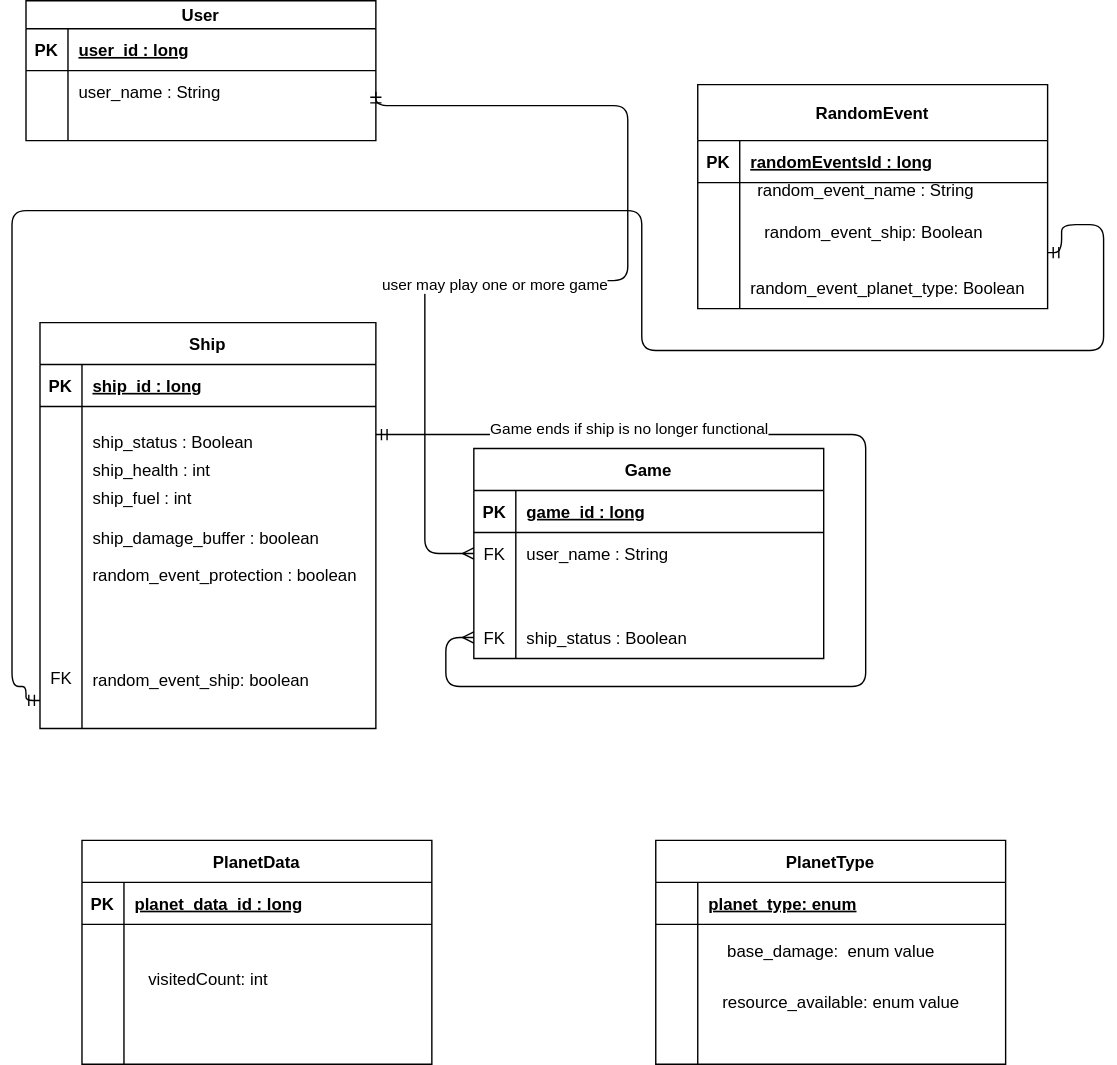
Before: docs/img/erd.svg, a diagram exported from draw.io (tnordquist/intergalactic-unknown). Source tidied: cells renumbered, new cells last; positions are measured from the earlier drawing's top-left corner, leaving out a move shared by most shapes.
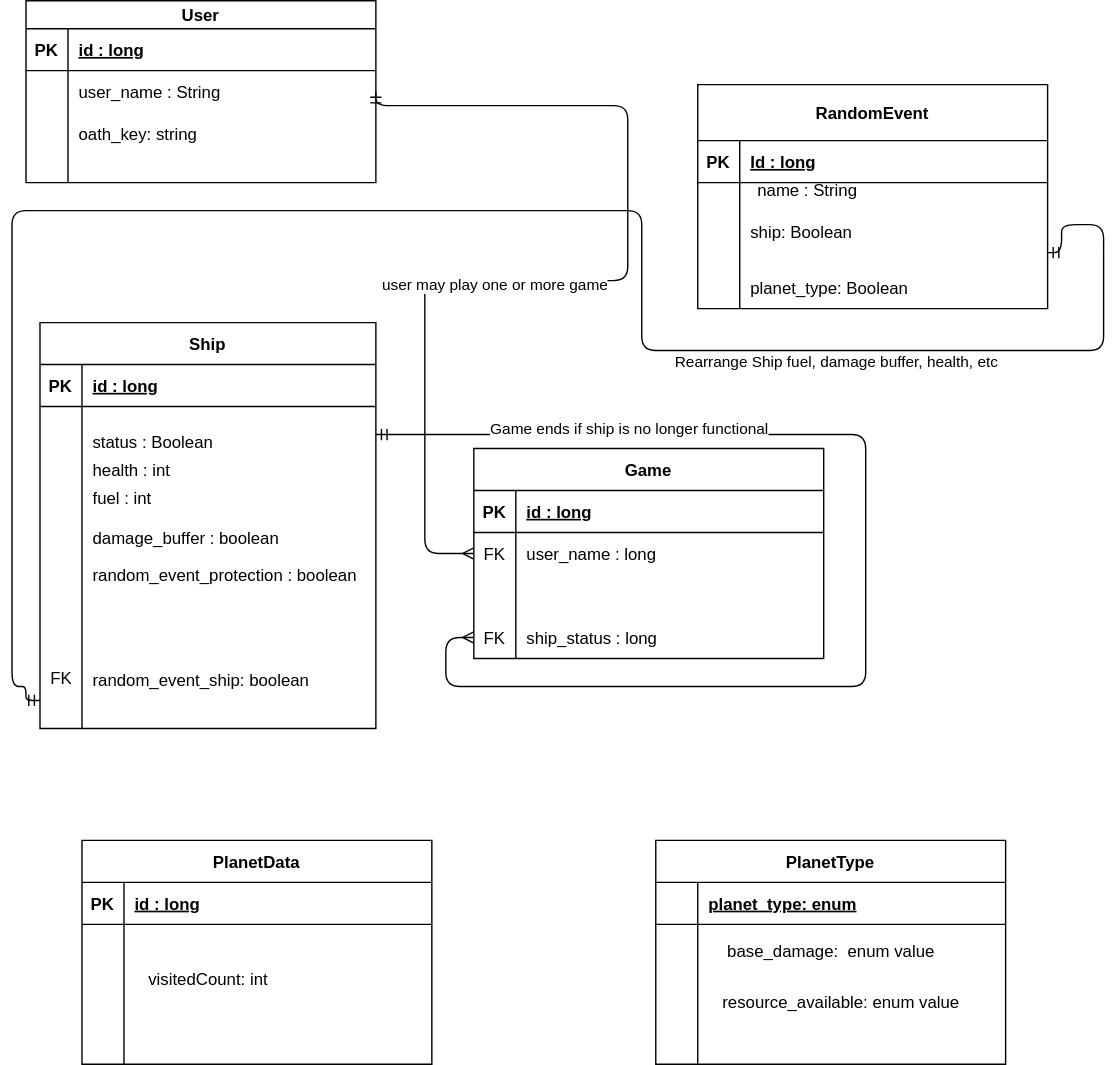
After the commit.

Commit message:
removed unecessary files / updated erd.

What changed in the source:
```diff
@@ -26,7 +26,7 @@
     <mxCell id="6" value="PK" style="shape=partialRectangle;overflow=hidden;fillColor=none;top=0;left=0;bottom=0;right=0;fontStyle=1;" parent="5" vertex="1">
       <mxGeometry width="30" height="30" as="geometry" />
     </mxCell>
-    <mxCell id="7" value="game_id : long" style="shape=partialRectangle;overflow=hidden;fillColor=none;top=0;left=0;bottom=0;right=0;align=left;spacingLeft=6;fontStyle=5;" parent="5" vertex="1">
+    <mxCell id="7" value="id : long" style="shape=partialRectangle;overflow=hidden;fillColor=none;top=0;left=0;bottom=0;right=0;align=left;spacingLeft=6;fontStyle=5;" parent="5" vertex="1">
       <mxGeometry x="30" width="220" height="30" as="geometry" />
     </mxCell>
     <mxCell id="8" style="shape=partialRectangle;fillColor=none;points=[[0,0.5],[1,0.5]];portConstraint=eastwest;top=0;left=0;right=0;bottom=0;" parent="4" vertex="1">
@@ -35,7 +35,7 @@
     <mxCell id="9" value="FK" style="shape=partialRectangle;overflow=hidden;fillColor=none;top=0;left=0;bottom=0;right=0;" parent="8" vertex="1">
       <mxGeometry width="30" height="30" as="geometry" />
     </mxCell>
-    <mxCell id="10" value="user_name : String" style="shape=partialRectangle;overflow=hidden;fillColor=none;top=0;left=0;bottom=0;right=0;align=left;spacingLeft=6;" parent="8" vertex="1">
+    <mxCell id="10" value="user_name : long" style="shape=partialRectangle;overflow=hidden;fillColor=none;top=0;left=0;bottom=0;right=0;align=left;spacingLeft=6;" parent="8" vertex="1">
       <mxGeometry x="30" width="220" height="30" as="geometry" />
     </mxCell>
     <mxCell id="11" style="shape=partialRectangle;fillColor=none;top=0;left=0;right=0;bottom=0;" parent="4" vertex="1">
@@ -69,7 +69,7 @@
       <mxGeometry x="30" width="220" height="30" as="geometry" />
     </mxCell>
     <mxCell id="21" value="User" style="shape=table;startSize=20;rowLines=0;fontStyle=1;align=center;" parent="1" vertex="1">
-      <mxGeometry x="10" width="250" height="100" as="geometry" />
+      <mxGeometry x="10" width="250" height="130" as="geometry" />
     </mxCell>
     <mxCell id="22" style="shape=partialRectangle;fillColor=none;top=0;left=0;right=0;bottom=1;" parent="21" vertex="1">
       <mxGeometry y="20" width="250" height="30" as="geometry" />
@@ -77,7 +77,7 @@
     <mxCell id="23" value="PK" style="shape=partialRectangle;overflow=hidden;fillColor=none;top=0;left=0;bottom=0;right=0;fontStyle=1;" parent="22" vertex="1">
       <mxGeometry width="30" height="30" as="geometry" />
     </mxCell>
-    <mxCell id="24" value="user_id : long" style="shape=partialRectangle;overflow=hidden;fillColor=none;top=0;left=0;bottom=0;right=0;align=left;spacingLeft=6;fontStyle=5;" parent="22" vertex="1">
+    <mxCell id="24" value="id : long" style="shape=partialRectangle;overflow=hidden;fillColor=none;top=0;left=0;bottom=0;right=0;align=left;spacingLeft=6;fontStyle=5;" parent="22" vertex="1">
       <mxGeometry x="30" width="220" height="30" as="geometry" />
     </mxCell>
     <mxCell id="25" style="shape=partialRectangle;fillColor=none;points=[[0,0.5],[1,0.5]];portConstraint=eastwest;top=0;left=0;right=0;bottom=0;" parent="21" vertex="1">
@@ -89,116 +89,128 @@
     <mxCell id="27" value="user_name : String" style="shape=partialRectangle;overflow=hidden;fillColor=none;top=0;left=0;bottom=0;right=0;align=left;spacingLeft=6;" parent="25" vertex="1">
       <mxGeometry x="30" width="220" height="30" as="geometry" />
     </mxCell>
-    <mxCell id="28" value="RandomEvent" style="shape=table;startSize=40;rowLines=0;fontStyle=1;align=center;" parent="1" vertex="1">
-      <mxGeometry x="490" y="60" width="250" height="160" as="geometry" />
+    <mxCell id="28" style="shape=partialRectangle;fillColor=none;points=[[0,0.5],[1,0.5]];portConstraint=eastwest;top=0;left=0;right=0;bottom=0;" parent="21" vertex="1">
+      <mxGeometry y="80" width="250" height="30" as="geometry" />
     </mxCell>
-    <mxCell id="29" style="shape=partialRectangle;fillColor=none;top=0;left=0;right=0;bottom=1;" parent="28" vertex="1">
-      <mxGeometry y="40" width="250" height="30" as="geometry" />
+    <mxCell id="29" style="shape=partialRectangle;overflow=hidden;fillColor=none;top=0;left=0;bottom=0;right=0;" parent="28" vertex="1">
+      <mxGeometry width="30" height="30" as="geometry" />
     </mxCell>
-    <mxCell id="30" value="PK" style="shape=partialRectangle;overflow=hidden;fillColor=none;top=0;left=0;bottom=0;right=0;fontStyle=1;" parent="29" vertex="1">
-      <mxGeometry width="30" height="30" as="geometry" />
+    <mxCell id="30" value="oath_key: string" style="shape=partialRectangle;overflow=hidden;fillColor=none;top=0;left=0;bottom=0;right=0;align=left;spacingLeft=6;" parent="28" vertex="1">
+      <mxGeometry x="30" width="220" height="30" as="geometry" />
     </mxCell>
-    <mxCell id="31" value="randomEventsId : long" style="shape=partialRectangle;overflow=hidden;fillColor=none;top=0;left=0;bottom=0;right=0;align=left;spacingLeft=6;fontStyle=5;" parent="29" vertex="1">
-      <mxGeometry x="30" width="220" height="30" as="geometry" />
+    <mxCell id="31" value="RandomEvent" style="shape=table;startSize=40;rowLines=0;fontStyle=1;align=center;" parent="1" vertex="1">
+      <mxGeometry x="490" y="60" width="250" height="160" as="geometry" />
     </mxCell>
-    <mxCell id="32" value="base_damage:&amp;nbsp; enum value" style="text;html=1;align=center;verticalAlign=middle;strokeColor=none;fontColor=#000000;" parent="1" vertex="1">
-      <mxGeometry x="505" y="670" width="160" height="20" as="geometry" />
+    <mxCell id="32" style="shape=partialRectangle;fillColor=none;top=0;left=0;right=0;bottom=1;" parent="31" vertex="1">
+      <mxGeometry y="40" width="250" height="30" as="geometry" />
     </mxCell>
-    <mxCell id="33" value="random_event_name : String" style="shape=partialRectangle;overflow=hidden;fillColor=none;top=0;left=0;bottom=0;right=0;align=left;spacingLeft=6;" parent="1" vertex="1">
-      <mxGeometry x="525" y="120" width="220" height="30" as="geometry" />
+    <mxCell id="33" value="PK" style="shape=partialRectangle;overflow=hidden;fillColor=none;top=0;left=0;bottom=0;right=0;fontStyle=1;" parent="32" vertex="1">
+      <mxGeometry width="30" height="30" as="geometry" />
     </mxCell>
-    <mxCell id="34" value="random_event_ship: Boolean" style="shape=partialRectangle;overflow=hidden;fillColor=none;top=0;left=0;bottom=0;right=0;align=left;spacingLeft=6;" parent="1" vertex="1">
-      <mxGeometry x="530" y="150" width="220" height="30" as="geometry" />
+    <mxCell id="34" value="Id : long" style="shape=partialRectangle;overflow=hidden;fillColor=none;top=0;left=0;bottom=0;right=0;align=left;spacingLeft=6;fontStyle=5;" parent="32" vertex="1">
+      <mxGeometry x="30" width="220" height="30" as="geometry" />
     </mxCell>
-    <mxCell id="35" value="Ship" style="shape=table;startSize=30;rowLines=0;fontStyle=1;align=center;" parent="1" vertex="1">
-      <mxGeometry x="20" y="230" width="240" height="290" as="geometry" />
+    <mxCell id="35" value="base_damage:&amp;nbsp; enum value" style="text;html=1;align=center;verticalAlign=middle;strokeColor=none;fontColor=#000000;" parent="1" vertex="1">
+      <mxGeometry x="505" y="670" width="160" height="20" as="geometry" />
     </mxCell>
-    <mxCell id="36" style="shape=partialRectangle;fillColor=none;top=0;left=0;right=0;bottom=1;" parent="35" vertex="1">
-      <mxGeometry y="30" width="240" height="30" as="geometry" />
+    <mxCell id="36" value="name : String" style="shape=partialRectangle;overflow=hidden;fillColor=none;top=0;left=0;bottom=0;right=0;align=left;spacingLeft=6;" parent="1" vertex="1">
+      <mxGeometry x="525" y="120" width="220" height="30" as="geometry" />
     </mxCell>
-    <mxCell id="37" value="PK" style="shape=partialRectangle;overflow=hidden;fillColor=none;top=0;left=0;bottom=0;right=0;fontStyle=1;" parent="36" vertex="1">
-      <mxGeometry width="30" height="30" as="geometry" />
+    <mxCell id="37" value="ship: Boolean" style="shape=partialRectangle;overflow=hidden;fillColor=none;top=0;left=0;bottom=0;right=0;align=left;spacingLeft=6;" parent="1" vertex="1">
+      <mxGeometry x="520" y="150" width="220" height="30" as="geometry" />
     </mxCell>
-    <mxCell id="38" value="ship_id : long" style="shape=partialRectangle;overflow=hidden;fillColor=none;top=0;left=0;bottom=0;right=0;align=left;spacingLeft=6;fontStyle=5;" parent="36" vertex="1">
-      <mxGeometry x="30" width="210" height="30" as="geometry" />
+    <mxCell id="38" value="Ship" style="shape=table;startSize=30;rowLines=0;fontStyle=1;align=center;" parent="1" vertex="1">
+      <mxGeometry x="20" y="230" width="240" height="290" as="geometry" />
     </mxCell>
-    <mxCell id="39" value="ship_status : Boolean" style="shape=partialRectangle;overflow=hidden;fillColor=none;top=0;left=0;bottom=0;right=0;align=left;spacingLeft=6;" parent="1" vertex="1">
-      <mxGeometry x="50" y="300" width="220" height="30" as="geometry" />
+    <mxCell id="39" style="shape=partialRectangle;fillColor=none;top=0;left=0;right=0;bottom=1;" parent="38" vertex="1">
+      <mxGeometry y="30" width="240" height="30" as="geometry" />
     </mxCell>
-    <mxCell id="40" value="ship_health : int" style="shape=partialRectangle;overflow=hidden;fillColor=none;top=0;left=0;bottom=0;right=0;align=left;spacingLeft=6;" parent="1" vertex="1">
-      <mxGeometry x="50" y="320" width="220" height="30" as="geometry" />
+    <mxCell id="40" value="PK" style="shape=partialRectangle;overflow=hidden;fillColor=none;top=0;left=0;bottom=0;right=0;fontStyle=1;" parent="39" vertex="1">
+      <mxGeometry width="30" height="30" as="geometry" />
     </mxCell>
-    <mxCell id="41" value="ship_damage_buffer : boolean" style="shape=partialRectangle;overflow=hidden;fillColor=none;top=0;left=0;bottom=0;right=0;align=left;spacingLeft=6;" parent="1" vertex="1">
-      <mxGeometry x="50" y="369" width="220" height="30" as="geometry" />
+    <mxCell id="41" value="id : long" style="shape=partialRectangle;overflow=hidden;fillColor=none;top=0;left=0;bottom=0;right=0;align=left;spacingLeft=6;fontStyle=5;" parent="39" vertex="1">
+      <mxGeometry x="30" width="210" height="30" as="geometry" />
     </mxCell>
-    <mxCell id="42" value="random_event_protection : boolean" style="shape=partialRectangle;overflow=hidden;fillColor=none;top=0;left=0;bottom=0;right=0;align=left;spacingLeft=6;" parent="1" vertex="1">
-      <mxGeometry x="50" y="395" width="220" height="30" as="geometry" />
+    <mxCell id="42" value="status : Boolean" style="shape=partialRectangle;overflow=hidden;fillColor=none;top=0;left=0;bottom=0;right=0;align=left;spacingLeft=6;" parent="1" vertex="1">
+      <mxGeometry x="50" y="300" width="220" height="30" as="geometry" />
     </mxCell>
-    <mxCell id="43" value="ship_fuel : int" style="shape=partialRectangle;overflow=hidden;fillColor=none;top=0;left=0;bottom=0;right=0;align=left;spacingLeft=6;" parent="1" vertex="1">
-      <mxGeometry x="50" y="340" width="220" height="30" as="geometry" />
+    <mxCell id="43" value="health : int" style="shape=partialRectangle;overflow=hidden;fillColor=none;top=0;left=0;bottom=0;right=0;align=left;spacingLeft=6;" parent="1" vertex="1">
+      <mxGeometry x="50" y="320" width="220" height="30" as="geometry" />
     </mxCell>
-    <mxCell id="44" value="ship_status : Boolean" style="shape=partialRectangle;overflow=hidden;fillColor=none;top=0;left=0;bottom=0;right=0;align=left;spacingLeft=6;" parent="1" vertex="1">
-      <mxGeometry x="360" y="440" width="220" height="30" as="geometry" />
+    <mxCell id="44" value="damage_buffer : boolean" style="shape=partialRectangle;overflow=hidden;fillColor=none;top=0;left=0;bottom=0;right=0;align=left;spacingLeft=6;" parent="1" vertex="1">
+      <mxGeometry x="50" y="369" width="220" height="30" as="geometry" />
     </mxCell>
-    <mxCell id="45" style="edgeStyle=orthogonalEdgeStyle;fontSize=12;html=1;endArrow=ERmany;startArrow=ERmandOne;fontColor=#000000;entryX=0;entryY=0.5;entryDx=0;entryDy=0;endFill=0;" parent="1" edge="1" target="14">
-      <mxGeometry relative="1" as="geometry">
-        <mxPoint x="260" y="310" as="sourcePoint" />
-        <Array as="points">
-          <mxPoint x="610" y="310" />
-          <mxPoint x="610" y="490" />
-          <mxPoint x="310" y="490" />
-          <mxPoint x="310" y="455" />
-        </Array>
-      </mxGeometry>
+    <mxCell id="45" value="random_event_protection : boolean" style="shape=partialRectangle;overflow=hidden;fillColor=none;top=0;left=0;bottom=0;right=0;align=left;spacingLeft=6;" parent="1" vertex="1">
+      <mxGeometry x="50" y="395" width="220" height="30" as="geometry" />
     </mxCell>
-    <mxCell id="46" value="Game ends if ship is no longer functional" style="edgeLabel;html=1;align=center;verticalAlign=middle;fontColor=#000000;rotation=0;" parent="45" vertex="1">
-      <mxGeometry x="0.14" y="-1" relative="1" as="geometry">
-        <mxPoint x="-169" y="-160" as="offset" />
-      </mxGeometry>
+    <mxCell id="46" value="fuel : int" style="shape=partialRectangle;overflow=hidden;fillColor=none;top=0;left=0;bottom=0;right=0;align=left;spacingLeft=6;" parent="1" vertex="1">
+      <mxGeometry x="50" y="340" width="220" height="30" as="geometry" />
     </mxCell>
-    <mxCell id="47" value="random_event_ship: boolean" style="shape=partialRectangle;overflow=hidden;fillColor=none;top=0;left=0;bottom=0;right=0;align=left;spacingLeft=6;" parent="1" vertex="1">
-      <mxGeometry x="50" y="470" width="220" height="30" as="geometry" />
+    <mxCell id="47" value="ship_status : long" style="shape=partialRectangle;overflow=hidden;fillColor=none;top=0;left=0;bottom=0;right=0;align=left;spacingLeft=6;" parent="1" vertex="1">
+      <mxGeometry x="360" y="440" width="220" height="30" as="geometry" />
     </mxCell>
-    <mxCell id="48" value="FK" style="text;html=1;align=center;verticalAlign=middle;strokeColor=none;" parent="1" vertex="1">
-      <mxGeometry x="20" y="475" width="30" height="20" as="geometry" />
+    <mxCell id="48" style="edgeStyle=orthogonalEdgeStyle;fontSize=12;html=1;endArrow=ERmany;startArrow=ERmandOne;fontColor=#000000;entryX=0;entryY=0.5;entryDx=0;entryDy=0;endFill=0;" parent="1" edge="1" target="14">
+      <mxGeometry relative="1" as="geometry">
+        <mxPoint x="260" y="310" as="sourcePoint" />
+        <Array as="points">
+          <mxPoint x="610" y="310" />
+          <mxPoint x="610" y="490" />
+          <mxPoint x="310" y="490" />
+          <mxPoint x="310" y="455" />
+        </Array>
+      </mxGeometry>
     </mxCell>
-    <mxCell id="49" value="resource_available: enum value" style="shape=partialRectangle;overflow=hidden;fillColor=none;top=0;left=0;bottom=0;right=0;align=left;spacingLeft=6;" parent="1" vertex="1">
-      <mxGeometry x="500" y="700" width="220" height="30" as="geometry" />
+    <mxCell id="49" value="Game ends if ship is no longer functional" style="edgeLabel;html=1;align=center;verticalAlign=middle;fontColor=#000000;rotation=0;" parent="48" vertex="1">
+      <mxGeometry x="0.14" y="-1" relative="1" as="geometry">
+        <mxPoint x="-169" y="-160" as="offset" />
+      </mxGeometry>
     </mxCell>
-    <mxCell id="50" value="random_event_planet_type: Boolean" style="shape=partialRectangle;overflow=hidden;fillColor=none;top=0;left=0;bottom=0;right=0;align=left;spacingLeft=6;" parent="1" vertex="1">
-      <mxGeometry x="520" y="190" width="220" height="30" as="geometry" />
+    <mxCell id="50" value="random_event_ship: boolean" style="shape=partialRectangle;overflow=hidden;fillColor=none;top=0;left=0;bottom=0;right=0;align=left;spacingLeft=6;" parent="1" vertex="1">
+      <mxGeometry x="50" y="470" width="220" height="30" as="geometry" />
     </mxCell>
-    <mxCell id="51" value="PlanetData" style="shape=table;startSize=30;rowLines=0;fontStyle=1;align=center;" parent="1" vertex="1">
-      <mxGeometry x="50" y="600" width="250" height="160" as="geometry" />
+    <mxCell id="51" value="FK" style="text;html=1;align=center;verticalAlign=middle;strokeColor=none;" parent="1" vertex="1">
+      <mxGeometry x="20" y="475" width="30" height="20" as="geometry" />
     </mxCell>
-    <mxCell id="52" style="shape=partialRectangle;fillColor=none;top=0;left=0;right=0;bottom=1;" parent="51" vertex="1">
-      <mxGeometry y="30" width="250" height="30" as="geometry" />
+    <mxCell id="52" value="resource_available: enum value" style="shape=partialRectangle;overflow=hidden;fillColor=none;top=0;left=0;bottom=0;right=0;align=left;spacingLeft=6;" parent="1" vertex="1">
+      <mxGeometry x="500" y="700" width="220" height="30" as="geometry" />
     </mxCell>
-    <mxCell id="53" value="PK" style="shape=partialRectangle;overflow=hidden;fillColor=none;top=0;left=0;bottom=0;right=0;fontStyle=1;" parent="52" vertex="1">
-      <mxGeometry width="30" height="30" as="geometry" />
+    <mxCell id="53" value="planet_type: Boolean" style="shape=partialRectangle;overflow=hidden;fillColor=none;top=0;left=0;bottom=0;right=0;align=left;spacingLeft=6;" parent="1" vertex="1">
+      <mxGeometry x="520" y="190" width="220" height="30" as="geometry" />
     </mxCell>
-    <mxCell id="54" value="planet_data_id : long" style="shape=partialRectangle;overflow=hidden;fillColor=none;top=0;left=0;bottom=0;right=0;align=left;spacingLeft=6;fontStyle=5;" parent="52" vertex="1">
-      <mxGeometry x="30" width="220" height="30" as="geometry" />
+    <mxCell id="54" value="PlanetData" style="shape=table;startSize=30;rowLines=0;fontStyle=1;align=center;" parent="1" vertex="1">
+      <mxGeometry x="50" y="600" width="250" height="160" as="geometry" />
     </mxCell>
-    <mxCell id="55" value="visitedCount: int" style="text;html=1;align=center;verticalAlign=middle;strokeColor=none;fontColor=#000000;" parent="1" vertex="1">
-      <mxGeometry x="90" y="690" width="100" height="20" as="geometry" />
+    <mxCell id="55" style="shape=partialRectangle;fillColor=none;top=0;left=0;right=0;bottom=1;" parent="54" vertex="1">
+      <mxGeometry y="30" width="250" height="30" as="geometry" />
     </mxCell>
-    <mxCell id="56" style="edgeStyle=orthogonalEdgeStyle;endArrow=ERmandOne;startArrow=ERmandOne;endFill=0;startFill=0;exitX=1;exitY=0.75;exitDx=0;exitDy=0;" parent="1" edge="1" source="28">
-      <mxGeometry relative="1" as="geometry">
-        <mxPoint x="20" y="500" as="targetPoint" />
-        <Array as="points">
-          <mxPoint x="750" y="180" />
-          <mxPoint x="750" y="160" />
-          <mxPoint x="780" y="160" />
-          <mxPoint x="780" y="250" />
-          <mxPoint x="450" y="250" />
-          <mxPoint x="450" y="150" />
-          <mxPoint y="150" />
-          <mxPoint y="490" />
-          <mxPoint x="10" y="490" />
-          <mxPoint x="10" y="500" />
-        </Array>
-      </mxGeometry>
+    <mxCell id="56" value="PK" style="shape=partialRectangle;overflow=hidden;fillColor=none;top=0;left=0;bottom=0;right=0;fontStyle=1;" parent="55" vertex="1">
+      <mxGeometry width="30" height="30" as="geometry" />
     </mxCell>
+    <mxCell id="57" value="id : long" style="shape=partialRectangle;overflow=hidden;fillColor=none;top=0;left=0;bottom=0;right=0;align=left;spacingLeft=6;fontStyle=5;" parent="55" vertex="1">
+      <mxGeometry x="30" width="220" height="30" as="geometry" />
+    </mxCell>
+    <mxCell id="58" value="visitedCount: int" style="text;html=1;align=center;verticalAlign=middle;strokeColor=none;fontColor=#000000;" parent="1" vertex="1">
+      <mxGeometry x="90" y="690" width="100" height="20" as="geometry" />
+    </mxCell>
+    <mxCell id="59" style="edgeStyle=orthogonalEdgeStyle;endArrow=ERmandOne;startArrow=ERmandOne;endFill=0;startFill=0;exitX=1;exitY=0.75;exitDx=0;exitDy=0;" parent="1" edge="1" source="31">
+      <mxGeometry relative="1" as="geometry">
+        <mxPoint x="20" y="500" as="targetPoint" />
+        <Array as="points">
+          <mxPoint x="750" y="180" />
+          <mxPoint x="750" y="160" />
+          <mxPoint x="780" y="160" />
+          <mxPoint x="780" y="250" />
+          <mxPoint x="450" y="250" />
+          <mxPoint x="450" y="150" />
+          <mxPoint y="150" />
+          <mxPoint y="490" />
+          <mxPoint x="10" y="490" />
+          <mxPoint x="10" y="500" />
+        </Array>
+      </mxGeometry>
+    </mxCell>
+    <mxCell id="60" value="Rearrange Ship fuel, damage buffer, health, etc" style="edgeLabel;html=1;align=center;verticalAlign=middle;" parent="59" vertex="1">
+      <mxGeometry x="-0.51" y="7" relative="1" as="geometry" />
+    </mxCell>
   </root>
 </mxGraphModel>
```
